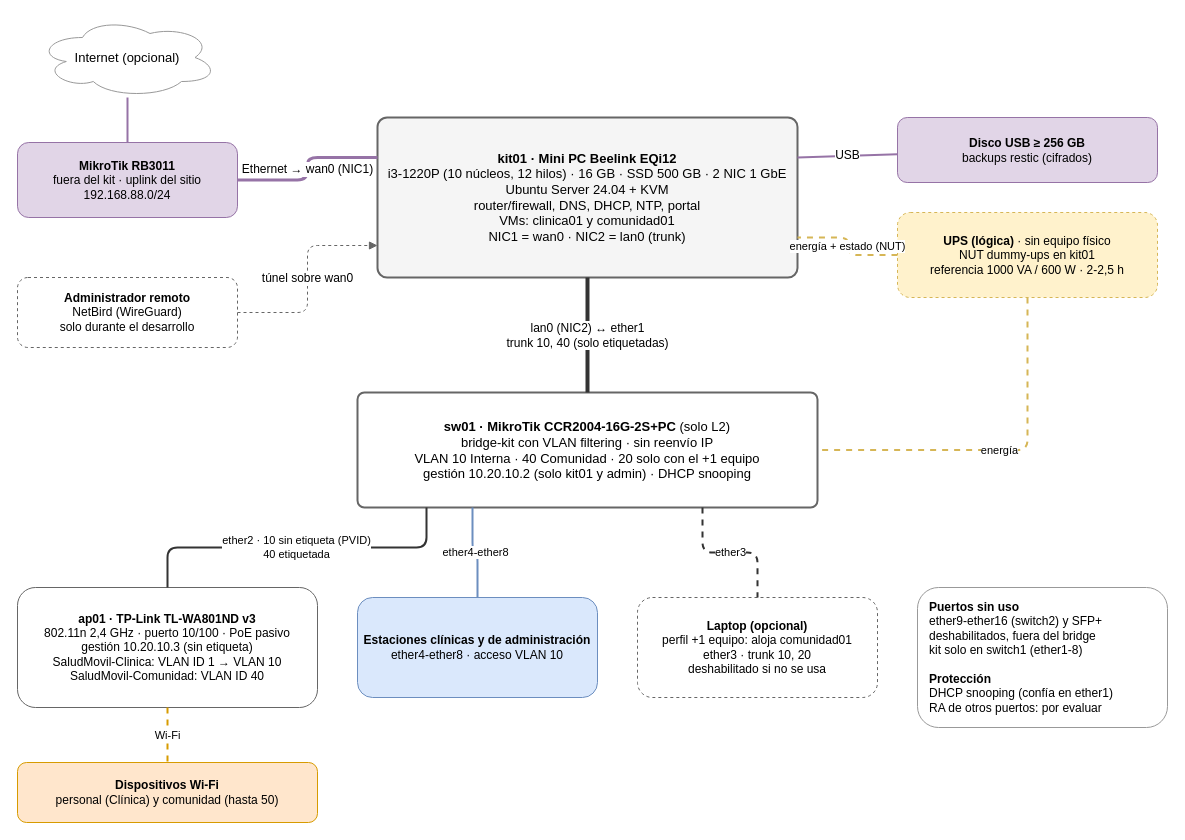
Above: diagramas/diagrama-fisico.drawio in kitsalud-movil-plats1/docs (draw.io), before the change. Source tidied: cells renumbered, new cells numbered last; positions are measured from the earlier drawing's top-left corner, leaving out a move shared by most shapes. Both pictures are drawn from the tidied source at 100%, with x=0, y=0 at pixel (17, 17).
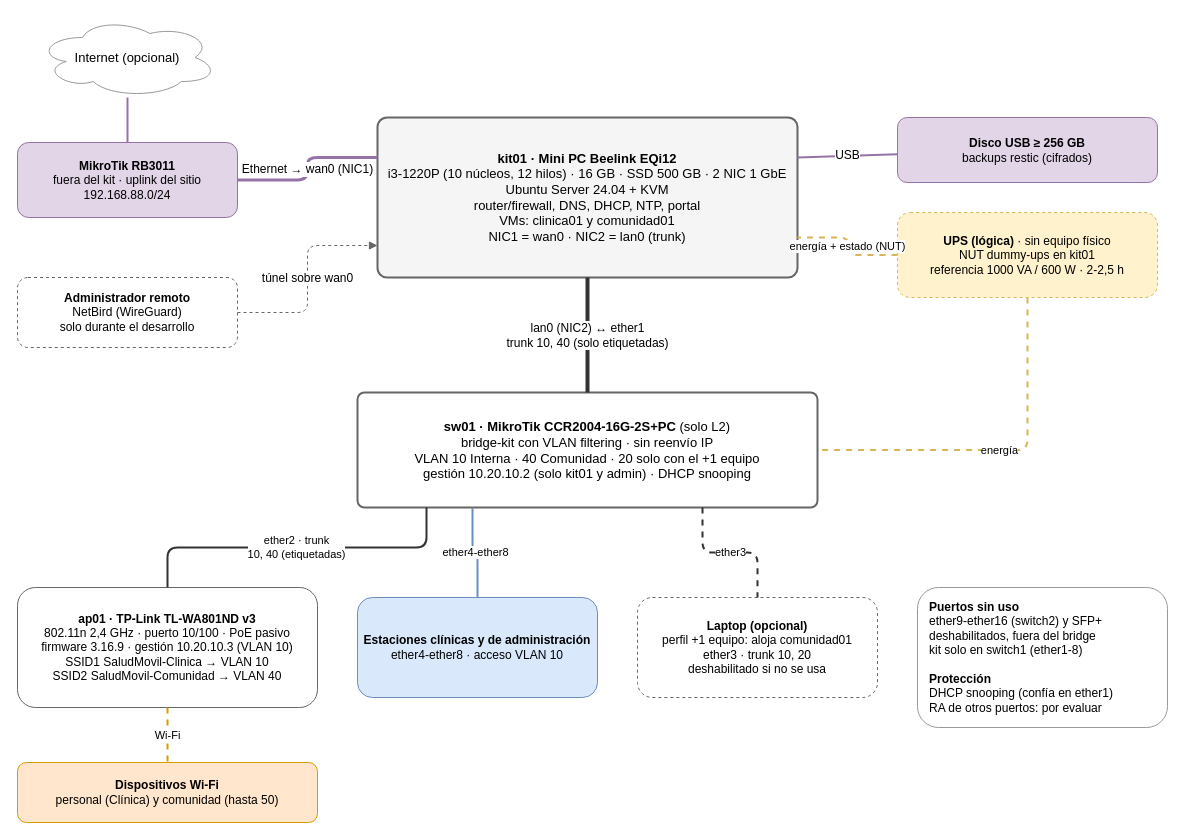
The same page after the edit.

Commit message (it also covers changes not shown here):
Ajusta ap01 al comportamiento de su firmware (v0.6)

The change refers to these unchanged cells:
```xml
<mxCell id="8" value="&lt;b&gt;sw01 · MikroTik CCR2004-16G-2S+PC&lt;/b&gt; (solo L2)&lt;br&gt;bridge-kit con VLAN filtering · sin reenvío IP&lt;br&gt;VLAN 10 Interna · 40 Comunidad · 20 solo con el +1 equipo&lt;br&gt;gestión 10.20.10.2 (solo kit01 y admin) · DHCP snooping" style="rounded=1;arcSize=6;whiteSpace=wrap;html=1;fillColor=#FFFFFF;strokeColor=#666666;fontSize=13;strokeWidth=2;" parent="1" vertex="1">
  <mxGeometry x="340" y="375" width="460" height="115" as="geometry" />
</mxCell>
```

What changed in the source:
```diff
@@
-    <mxCell id="9" value="&lt;b&gt;ap01 · TP-Link TL-WA801ND v3&lt;/b&gt;&lt;br&gt;802.11n 2,4 GHz · puerto 10/100 · PoE pasivo&lt;br&gt;gestión 10.20.10.3 (sin etiqueta)&lt;br&gt;SaludMovil-Clinica: VLAN ID 1 → VLAN 10&lt;br&gt;SaludMovil-Comunidad: VLAN ID 40" style="rounded=1;whiteSpace=wrap;html=1;fillColor=#FFFFFF;strokeColor=#666666;fontSize=12;" parent="1" vertex="1">
+    <mxCell id="9" value="&lt;b&gt;ap01 · TP-Link TL-WA801ND v3&lt;/b&gt;&lt;br&gt;802.11n 2,4 GHz · puerto 10/100 · PoE pasivo&lt;br&gt;firmware 3.16.9 · gestión 10.20.10.3 (VLAN 10)&lt;br&gt;SSID1 SaludMovil-Clinica → VLAN 10&lt;br&gt;SSID2 SaludMovil-Comunidad → VLAN 40" style="rounded=1;whiteSpace=wrap;html=1;fillColor=#FFFFFF;strokeColor=#666666;fontSize=12;" parent="1" vertex="1">
       <mxGeometry y="570" width="300" height="120" as="geometry" />
     </mxCell>
@@
-    <mxCell id="21" value="ether2 · 10 sin etiqueta (PVID)&lt;br&gt;40 etiquetada" style="edgeStyle=orthogonalEdgeStyle;html=1;endArrow=none;strokeColor=#333333;strokeWidth=2;fontSize=11;labelBackgroundColor=#FFFFFF;exitX=0.15;exitY=1;exitDx=0;exitDy=0;" parent="1" edge="1" source="8" target="9">
+    <mxCell id="21" value="ether2 · trunk&lt;br&gt;10, 40 (etiquetadas)" style="edgeStyle=orthogonalEdgeStyle;html=1;endArrow=none;strokeColor=#333333;strokeWidth=2;fontSize=11;labelBackgroundColor=#FFFFFF;exitX=0.15;exitY=1;exitDx=0;exitDy=0;" parent="1" edge="1" source="8" target="9">
       <mxGeometry relative="1" as="geometry" />
     </mxCell>
```
